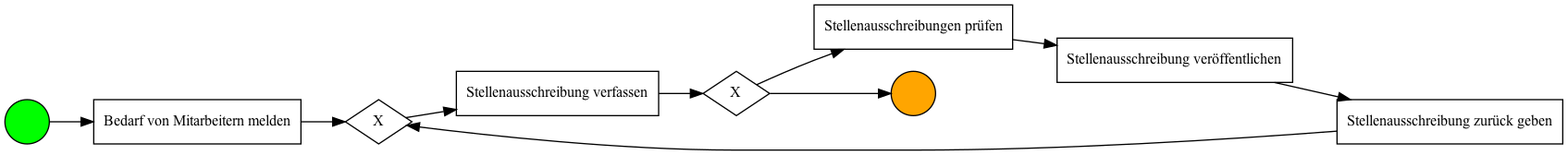
This is src/static/assets/images/process.png from bitnulleins/speech2process, a BPMN export, as it was before one commit. Its source is kept beside it as src/static/assets/bpmn/process.bpmn. Ids are renumbered.
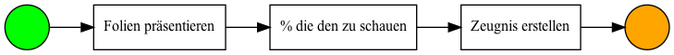
After the commit.

Diff of the diagram source:
```diff
@@ -1,132 +1,69 @@
 <bpmn:definitions xmlns:bpmn="http://www.omg.org/spec/BPMN/20100524/MODEL" xmlns:bpmndi="http://www.omg.org/spec/BPMN/20100524/DI" xmlns:omgdc="http://www.omg.org/spec/DD/20100524/DC" xmlns:omgdi="http://www.omg.org/spec/DD/20100524/DI" xmlns:xsi="http://www.w3.org/2001/XMLSchema-instance" xmlns:xsd="http://www.w3.org/2001/XMLSchema" targetNamespace="http://www.signavio.com/bpmn20" typeLanguage="http://www.w3.org/2001/XMLSchema" expressionLanguage="http://www.w3.org/1999/XPath">
-	<bpmndi:BPMNDiagram id="id5917f97f-6f04-4ea4-b786-b17a8e8c876f" name="diagram">
-		<bpmndi:BPMNPlane bpmnElement="id03d2cbad-9104-4a9f-ae7b-f2598b3a6924" id="ideb9bf411-aa02-4ec5-8c10-25ab01124dc2">
-			<bpmndi:BPMNShape bpmnElement="idee999ac0-ef69-4477-812e-e57570b4b475" id="idee999ac0-ef69-4477-812e-e57570b4b475_gui">
-				<omgdc:Bounds height="60" width="120" x="2084" y="-833"/>
+	<bpmndi:BPMNDiagram id="ide6b5a471-af38-4589-85f7-a5d29f63e6b6" name="diagram">
+		<bpmndi:BPMNPlane bpmnElement="id21fc8f7b-b2cd-4317-958b-dbc95ccd0241" id="id920fb852-daea-406e-8981-973094aafa15">
+			<bpmndi:BPMNShape bpmnElement="idf1ed9df2-25fe-4ce5-b6e7-85bc6df4357f" id="idf1ed9df2-25fe-4ce5-b6e7-85bc6df4357f_gui">
+				<omgdc:Bounds height="60" width="120" x="1878" y="-1080"/>
 			</bpmndi:BPMNShape>
-			<bpmndi:BPMNShape bpmnElement="id6266f3e2-0328-42a2-8cc5-53fed73e08f1" id="id6266f3e2-0328-42a2-8cc5-53fed73e08f1_gui">
-				<omgdc:Bounds height="60" width="120" x="2400" y="-375"/>
+			<bpmndi:BPMNShape bpmnElement="idd7caa3aa-a533-48bd-b9eb-8927c5fa2c3a" id="idd7caa3aa-a533-48bd-b9eb-8927c5fa2c3a_gui">
+				<omgdc:Bounds height="30" width="30" x="2400" y="-1080"/>
 			</bpmndi:BPMNShape>
-			<bpmndi:BPMNShape bpmnElement="ide0282dd2-8f6b-4d88-9e8d-847f8242157e" id="ide0282dd2-8f6b-4d88-9e8d-847f8242157e_gui">
-				<omgdc:Bounds height="30" width="30" x="189" y="-375"/>
+			<bpmndi:BPMNShape bpmnElement="id3c618e4c-aa34-4290-98a6-2a2f43bc1442" id="id3c618e4c-aa34-4290-98a6-2a2f43bc1442_gui">
+				<omgdc:Bounds height="30" width="30" x="313" y="-1080"/>
 			</bpmndi:BPMNShape>
-			<bpmndi:BPMNShape bpmnElement="id748a3fc1-3408-4992-ba02-c7ff309122f6" id="id748a3fc1-3408-4992-ba02-c7ff309122f6_gui">
-				<omgdc:Bounds height="60" width="120" x="1137" y="-586"/>
+			<bpmndi:BPMNShape bpmnElement="idc79e8721-119c-431f-bda9-54952a8faadb" id="idc79e8721-119c-431f-bda9-54952a8faadb_gui">
+				<omgdc:Bounds height="60" width="120" x="835" y="-1080"/>
 			</bpmndi:BPMNShape>
-			<bpmndi:BPMNShape bpmnElement="id17463afa-923d-425a-a15d-b023af4f06aa" id="id17463afa-923d-425a-a15d-b023af4f06aa_gui">
-				<omgdc:Bounds height="60" width="120" x="505" y="-375"/>
+			<bpmndi:BPMNShape bpmnElement="id4d8a0b0a-156b-4ec0-8d5a-2ba87b008f62" id="id4d8a0b0a-156b-4ec0-8d5a-2ba87b008f62_gui">
+				<omgdc:Bounds height="60" width="120" x="1357" y="-1080"/>
 			</bpmndi:BPMNShape>
-			<bpmndi:BPMNShape bpmnElement="idde4964e4-d8b7-4ec0-98a2-2e9b4190a207" id="idde4964e4-d8b7-4ec0-98a2-2e9b4190a207_gui">
-				<omgdc:Bounds height="30" width="30" x="1768" y="-586"/>
-			</bpmndi:BPMNShape>
-			<bpmndi:BPMNShape bpmnElement="id425253c2-6d96-4d91-bcbc-6d1fbd1dde1d" id="id425253c2-6d96-4d91-bcbc-6d1fbd1dde1d_gui">
-				<omgdc:Bounds height="60" width="60" x="1453" y="-586"/>
-			</bpmndi:BPMNShape>
-			<bpmndi:BPMNShape bpmnElement="id6b009d29-5273-4a9e-b159-0dd280f9efa5" id="id6b009d29-5273-4a9e-b159-0dd280f9efa5_gui">
-				<omgdc:Bounds height="60" width="60" x="821" y="-375"/>
-			</bpmndi:BPMNShape>
-			<bpmndi:BPMNShape bpmnElement="id5cd49929-d7eb-401e-bc68-ac5cfffd1644" id="id5cd49929-d7eb-401e-bc68-ac5cfffd1644_gui">
-				<omgdc:Bounds height="60" width="120" x="1768" y="-1080"/>
-			</bpmndi:BPMNShape>
-			<bpmndi:BPMNEdge bpmnElement="id25bbecf5-0986-405e-819e-3d2dd3923443" id="id25bbecf5-0986-405e-819e-3d2dd3923443_gui">
-				<omgdi:waypoint x="2400" y="-345"/>
-				<omgdi:waypoint x="1640.5" y="-345"/>
-				<omgdi:waypoint x="1640.5" y="-345"/>
-				<omgdi:waypoint x="881" y="-345"/>
+			<bpmndi:BPMNEdge bpmnElement="id3b8d3e24-313e-4e94-b60e-33a4723028b4" id="id3b8d3e24-313e-4e94-b60e-33a4723028b4_gui">
+				<omgdi:waypoint x="1477" y="-1050"/>
+				<omgdi:waypoint x="1677.5" y="-1050"/>
+				<omgdi:waypoint x="1677.5" y="-1050"/>
+				<omgdi:waypoint x="1878" y="-1050"/>
 			</bpmndi:BPMNEdge>
-			<bpmndi:BPMNEdge bpmnElement="idc3c678b6-8d94-4f0e-aba6-b5c6ca732a4b" id="idc3c678b6-8d94-4f0e-aba6-b5c6ca732a4b_gui">
-				<omgdi:waypoint x="1513" y="-556"/>
-				<omgdi:waypoint x="1640.5" y="-556"/>
-				<omgdi:waypoint x="1640.5" y="-571"/>
-				<omgdi:waypoint x="1768" y="-571"/>
+			<bpmndi:BPMNEdge bpmnElement="id34a71a24-79db-486e-ad36-a0b6f57e7224" id="id34a71a24-79db-486e-ad36-a0b6f57e7224_gui">
+				<omgdi:waypoint x="1998" y="-1050"/>
+				<omgdi:waypoint x="2199.0" y="-1050"/>
+				<omgdi:waypoint x="2199.0" y="-1065"/>
+				<omgdi:waypoint x="2400" y="-1065"/>
 			</bpmndi:BPMNEdge>
-			<bpmndi:BPMNEdge bpmnElement="idc6a063b4-7a9b-4720-8e4e-80e7526430d0" id="idc6a063b4-7a9b-4720-8e4e-80e7526430d0_gui">
-				<omgdi:waypoint x="1257" y="-556"/>
-				<omgdi:waypoint x="1355.0" y="-556"/>
-				<omgdi:waypoint x="1355.0" y="-556"/>
-				<omgdi:waypoint x="1453" y="-556"/>
+			<bpmndi:BPMNEdge bpmnElement="idc07e79bc-8212-413f-b760-875dda6166e8" id="idc07e79bc-8212-413f-b760-875dda6166e8_gui">
+				<omgdi:waypoint x="343" y="-1065"/>
+				<omgdi:waypoint x="589.0" y="-1065"/>
+				<omgdi:waypoint x="589.0" y="-1050"/>
+				<omgdi:waypoint x="835" y="-1050"/>
 			</bpmndi:BPMNEdge>
-			<bpmndi:BPMNEdge bpmnElement="id5103cb7a-2771-481c-b4f8-420e79d74de9" id="id5103cb7a-2771-481c-b4f8-420e79d74de9_gui">
-				<omgdi:waypoint x="851" y="-375"/>
-				<omgdi:waypoint x="851" y="-556"/>
-				<omgdi:waypoint x="1137" y="-556"/>
-			</bpmndi:BPMNEdge>
-			<bpmndi:BPMNEdge bpmnElement="id1e719796-46ea-47dd-a8bb-4337d7200e09" id="id1e719796-46ea-47dd-a8bb-4337d7200e09_gui">
-				<omgdi:waypoint x="625" y="-345"/>
-				<omgdi:waypoint x="723.0" y="-345"/>
-				<omgdi:waypoint x="723.0" y="-345"/>
-				<omgdi:waypoint x="821" y="-345"/>
-			</bpmndi:BPMNEdge>
-			<bpmndi:BPMNEdge bpmnElement="idb3d960eb-5a9b-4f15-acba-f0be1ecc843d" id="idb3d960eb-5a9b-4f15-acba-f0be1ecc843d_gui">
-				<omgdi:waypoint x="219" y="-360"/>
-				<omgdi:waypoint x="362.0" y="-360"/>
-				<omgdi:waypoint x="362.0" y="-345"/>
-				<omgdi:waypoint x="505" y="-345"/>
-			</bpmndi:BPMNEdge>
-			<bpmndi:BPMNEdge bpmnElement="idca4e4970-65d0-4aa5-8b8a-bca7181fe90d" id="idca4e4970-65d0-4aa5-8b8a-bca7181fe90d_gui">
-				<omgdi:waypoint x="1888" y="-1050"/>
-				<omgdi:waypoint x="1986.0" y="-1050"/>
-				<omgdi:waypoint x="1986.0" y="-803"/>
-				<omgdi:waypoint x="2084" y="-803"/>
-			</bpmndi:BPMNEdge>
-			<bpmndi:BPMNEdge bpmnElement="idba63bfc0-dbf5-46a5-9a16-e29e68e4cb29" id="idba63bfc0-dbf5-46a5-9a16-e29e68e4cb29_gui">
-				<omgdi:waypoint x="1483" y="-586"/>
-				<omgdi:waypoint x="1483" y="-1050"/>
-				<omgdi:waypoint x="1768" y="-1050"/>
-			</bpmndi:BPMNEdge>
-			<bpmndi:BPMNEdge bpmnElement="id314ff0bd-27f0-4f1d-b8ef-8d49caec91c2" id="id314ff0bd-27f0-4f1d-b8ef-8d49caec91c2_gui">
-				<omgdi:waypoint x="2144" y="-773"/>
-				<omgdi:waypoint x="2144" y="-574.0"/>
-				<omgdi:waypoint x="2460" y="-574.0"/>
-				<omgdi:waypoint x="2460" y="-375"/>
+			<bpmndi:BPMNEdge bpmnElement="id5a450802-b4e4-4994-830e-08454cdeb4a1" id="id5a450802-b4e4-4994-830e-08454cdeb4a1_gui">
+				<omgdi:waypoint x="955" y="-1050"/>
+				<omgdi:waypoint x="1156.0" y="-1050"/>
+				<omgdi:waypoint x="1156.0" y="-1050"/>
+				<omgdi:waypoint x="1357" y="-1050"/>
 			</bpmndi:BPMNEdge>
 		</bpmndi:BPMNPlane>
 	</bpmndi:BPMNDiagram>
-	<bpmn:process id="id03d2cbad-9104-4a9f-ae7b-f2598b3a6924" isClosed="false" isExecutable="false" processType="None">
-		<bpmn:task id="idee999ac0-ef69-4477-812e-e57570b4b475" name="Stellenausschreibung veröffentlichen">
-			<bpmn:incoming>idca4e4970-65d0-4aa5-8b8a-bca7181fe90d</bpmn:incoming>
-			<bpmn:outgoing>id314ff0bd-27f0-4f1d-b8ef-8d49caec91c2</bpmn:outgoing>
+	<bpmn:process id="id21fc8f7b-b2cd-4317-958b-dbc95ccd0241" isClosed="false" isExecutable="false" processType="None">
+		<bpmn:task id="idf1ed9df2-25fe-4ce5-b6e7-85bc6df4357f" name="Zeugnis erstellen">
+			<bpmn:incoming>id3b8d3e24-313e-4e94-b60e-33a4723028b4</bpmn:incoming>
+			<bpmn:outgoing>id34a71a24-79db-486e-ad36-a0b6f57e7224</bpmn:outgoing>
 		</bpmn:task>
-		<bpmn:task id="id6266f3e2-0328-42a2-8cc5-53fed73e08f1" name="Stellenausschreibung zurück geben">
-			<bpmn:incoming>id314ff0bd-27f0-4f1d-b8ef-8d49caec91c2</bpmn:incoming>
-			<bpmn:outgoing>id25bbecf5-0986-405e-819e-3d2dd3923443</bpmn:outgoing>
+		<bpmn:endEvent id="idd7caa3aa-a533-48bd-b9eb-8927c5fa2c3a" name="end">
+			<bpmn:incoming>id34a71a24-79db-486e-ad36-a0b6f57e7224</bpmn:incoming>
+		</bpmn:endEvent>
+		<bpmn:startEvent id="id3c618e4c-aa34-4290-98a6-2a2f43bc1442" isInterrupting="true" name="start" parallelMultiple="false">
+			<bpmn:outgoing>idc07e79bc-8212-413f-b760-875dda6166e8</bpmn:outgoing>
+		</bpmn:startEvent>
+		<bpmn:task id="idc79e8721-119c-431f-bda9-54952a8faadb" name="Folien präsentieren">
+			<bpmn:incoming>idc07e79bc-8212-413f-b760-875dda6166e8</bpmn:incoming>
+			<bpmn:outgoing>id5a450802-b4e4-4994-830e-08454cdeb4a1</bpmn:outgoing>
 		</bpmn:task>
-		<bpmn:startEvent id="ide0282dd2-8f6b-4d88-9e8d-847f8242157e" isInterrupting="true" name="start" parallelMultiple="false">
-			<bpmn:outgoing>idb3d960eb-5a9b-4f15-acba-f0be1ecc843d</bpmn:outgoing>
-		</bpmn:startEvent>
-		<bpmn:task id="id748a3fc1-3408-4992-ba02-c7ff309122f6" name="Stellenausschreibung verfassen">
-			<bpmn:incoming>id5103cb7a-2771-481c-b4f8-420e79d74de9</bpmn:incoming>
-			<bpmn:outgoing>idc6a063b4-7a9b-4720-8e4e-80e7526430d0</bpmn:outgoing>
+		<bpmn:task id="id4d8a0b0a-156b-4ec0-8d5a-2ba87b008f62" name="% die den zu schauen">
+			<bpmn:incoming>id5a450802-b4e4-4994-830e-08454cdeb4a1</bpmn:incoming>
+			<bpmn:outgoing>id3b8d3e24-313e-4e94-b60e-33a4723028b4</bpmn:outgoing>
 		</bpmn:task>
-		<bpmn:task id="id17463afa-923d-425a-a15d-b023af4f06aa" name="Bedarf von Mitarbeitern melden">
-			<bpmn:incoming>idb3d960eb-5a9b-4f15-acba-f0be1ecc843d</bpmn:incoming>
-			<bpmn:outgoing>id1e719796-46ea-47dd-a8bb-4337d7200e09</bpmn:outgoing>
-		</bpmn:task>
-		<bpmn:endEvent id="idde4964e4-d8b7-4ec0-98a2-2e9b4190a207" name="end">
-			<bpmn:incoming>idc3c678b6-8d94-4f0e-aba6-b5c6ca732a4b</bpmn:incoming>
-		</bpmn:endEvent>
-		<bpmn:exclusiveGateway id="id425253c2-6d96-4d91-bcbc-6d1fbd1dde1d" gatewayDirection="diverging" name="">
-			<bpmn:incoming>idc6a063b4-7a9b-4720-8e4e-80e7526430d0</bpmn:incoming>
-			<bpmn:outgoing>idba63bfc0-dbf5-46a5-9a16-e29e68e4cb29</bpmn:outgoing>
-			<bpmn:outgoing>idc3c678b6-8d94-4f0e-aba6-b5c6ca732a4b</bpmn:outgoing>
-		</bpmn:exclusiveGateway>
-		<bpmn:exclusiveGateway id="id6b009d29-5273-4a9e-b159-0dd280f9efa5" gatewayDirection="converging" name="">
-			<bpmn:incoming>id25bbecf5-0986-405e-819e-3d2dd3923443</bpmn:incoming>
-			<bpmn:incoming>id1e719796-46ea-47dd-a8bb-4337d7200e09</bpmn:incoming>
-			<bpmn:outgoing>id5103cb7a-2771-481c-b4f8-420e79d74de9</bpmn:outgoing>
-		</bpmn:exclusiveGateway>
-		<bpmn:task id="id5cd49929-d7eb-401e-bc68-ac5cfffd1644" name="Stellenausschreibungen prüfen">
-			<bpmn:incoming>idba63bfc0-dbf5-46a5-9a16-e29e68e4cb29</bpmn:incoming>
-			<bpmn:outgoing>idca4e4970-65d0-4aa5-8b8a-bca7181fe90d</bpmn:outgoing>
-		</bpmn:task>
-		<bpmn:sequenceFlow id="id25bbecf5-0986-405e-819e-3d2dd3923443" name="" sourceRef="id6266f3e2-0328-42a2-8cc5-53fed73e08f1" targetRef="id6b009d29-5273-4a9e-b159-0dd280f9efa5"/>
-		<bpmn:sequenceFlow id="idc3c678b6-8d94-4f0e-aba6-b5c6ca732a4b" name="" sourceRef="id425253c2-6d96-4d91-bcbc-6d1fbd1dde1d" targetRef="idde4964e4-d8b7-4ec0-98a2-2e9b4190a207"/>
-		<bpmn:sequenceFlow id="idc6a063b4-7a9b-4720-8e4e-80e7526430d0" name="" sourceRef="id748a3fc1-3408-4992-ba02-c7ff309122f6" targetRef="id425253c2-6d96-4d91-bcbc-6d1fbd1dde1d"/>
-		<bpmn:sequenceFlow id="id5103cb7a-2771-481c-b4f8-420e79d74de9" name="" sourceRef="id6b009d29-5273-4a9e-b159-0dd280f9efa5" targetRef="id748a3fc1-3408-4992-ba02-c7ff309122f6"/>
-		<bpmn:sequenceFlow id="id1e719796-46ea-47dd-a8bb-4337d7200e09" name="" sourceRef="id17463afa-923d-425a-a15d-b023af4f06aa" targetRef="id6b009d29-5273-4a9e-b159-0dd280f9efa5"/>
-		<bpmn:sequenceFlow id="idb3d960eb-5a9b-4f15-acba-f0be1ecc843d" name="" sourceRef="ide0282dd2-8f6b-4d88-9e8d-847f8242157e" targetRef="id17463afa-923d-425a-a15d-b023af4f06aa"/>
-		<bpmn:sequenceFlow id="idca4e4970-65d0-4aa5-8b8a-bca7181fe90d" name="" sourceRef="id5cd49929-d7eb-401e-bc68-ac5cfffd1644" targetRef="idee999ac0-ef69-4477-812e-e57570b4b475"/>
-		<bpmn:sequenceFlow id="idba63bfc0-dbf5-46a5-9a16-e29e68e4cb29" name="" sourceRef="id425253c2-6d96-4d91-bcbc-6d1fbd1dde1d" targetRef="id5cd49929-d7eb-401e-bc68-ac5cfffd1644"/>
-		<bpmn:sequenceFlow id="id314ff0bd-27f0-4f1d-b8ef-8d49caec91c2" name="" sourceRef="idee999ac0-ef69-4477-812e-e57570b4b475" targetRef="id6266f3e2-0328-42a2-8cc5-53fed73e08f1"/>
+		<bpmn:sequenceFlow id="id3b8d3e24-313e-4e94-b60e-33a4723028b4" name="" sourceRef="id4d8a0b0a-156b-4ec0-8d5a-2ba87b008f62" targetRef="idf1ed9df2-25fe-4ce5-b6e7-85bc6df4357f"/>
+		<bpmn:sequenceFlow id="id34a71a24-79db-486e-ad36-a0b6f57e7224" name="" sourceRef="idf1ed9df2-25fe-4ce5-b6e7-85bc6df4357f" targetRef="idd7caa3aa-a533-48bd-b9eb-8927c5fa2c3a"/>
+		<bpmn:sequenceFlow id="idc07e79bc-8212-413f-b760-875dda6166e8" name="" sourceRef="id3c618e4c-aa34-4290-98a6-2a2f43bc1442" targetRef="idc79e8721-119c-431f-bda9-54952a8faadb"/>
+		<bpmn:sequenceFlow id="id5a450802-b4e4-4994-830e-08454cdeb4a1" name="" sourceRef="idc79e8721-119c-431f-bda9-54952a8faadb" targetRef="id4d8a0b0a-156b-4ec0-8d5a-2ba87b008f62"/>
 	</bpmn:process>
 </bpmn:definitions>
```
